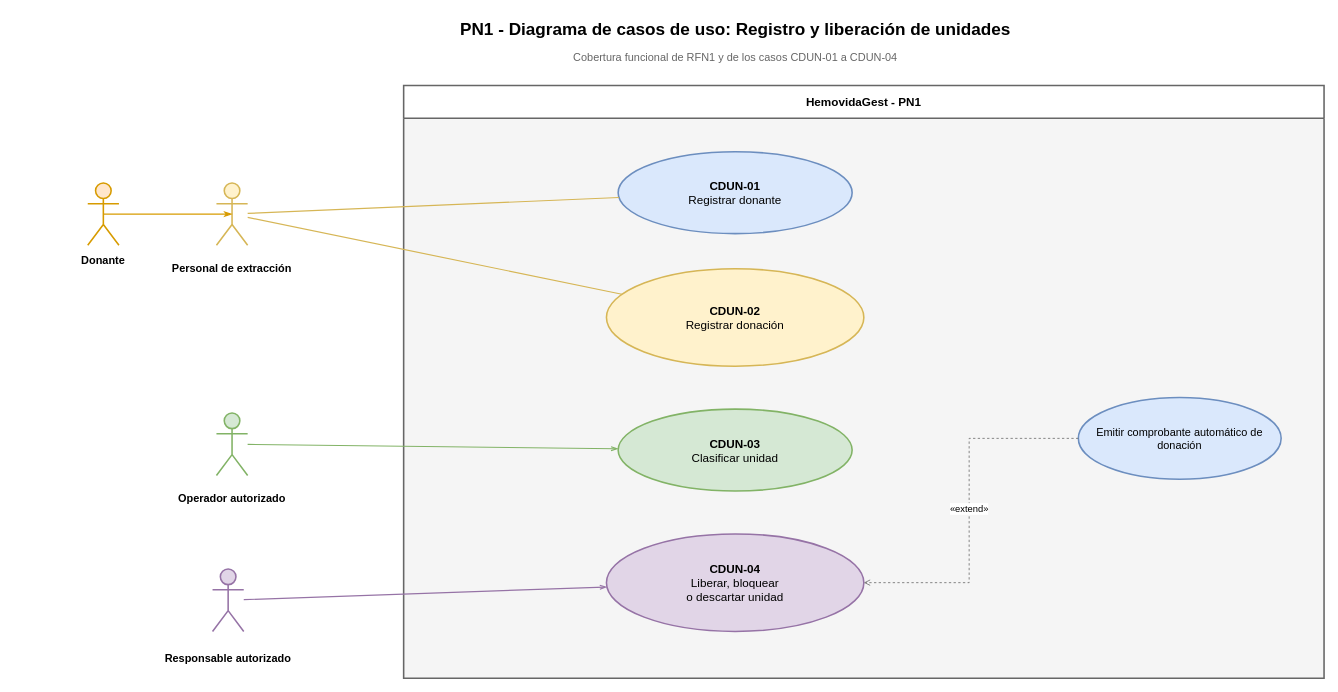
This is Diagramas/Secuencia de Roles/PN1_DiagramaCasosDeUso.drawio from juanNH/Ingenieria-de-Software, a draw.io file, before an edit. Source tidied: cells renumbered, new cells numbered last; positions are measured from the earlier drawing's top-left corner, leaving out a move shared by most shapes. Both pictures are drawn from the tidied source at 78%, with x=0, y=0 at pixel (13, 13).
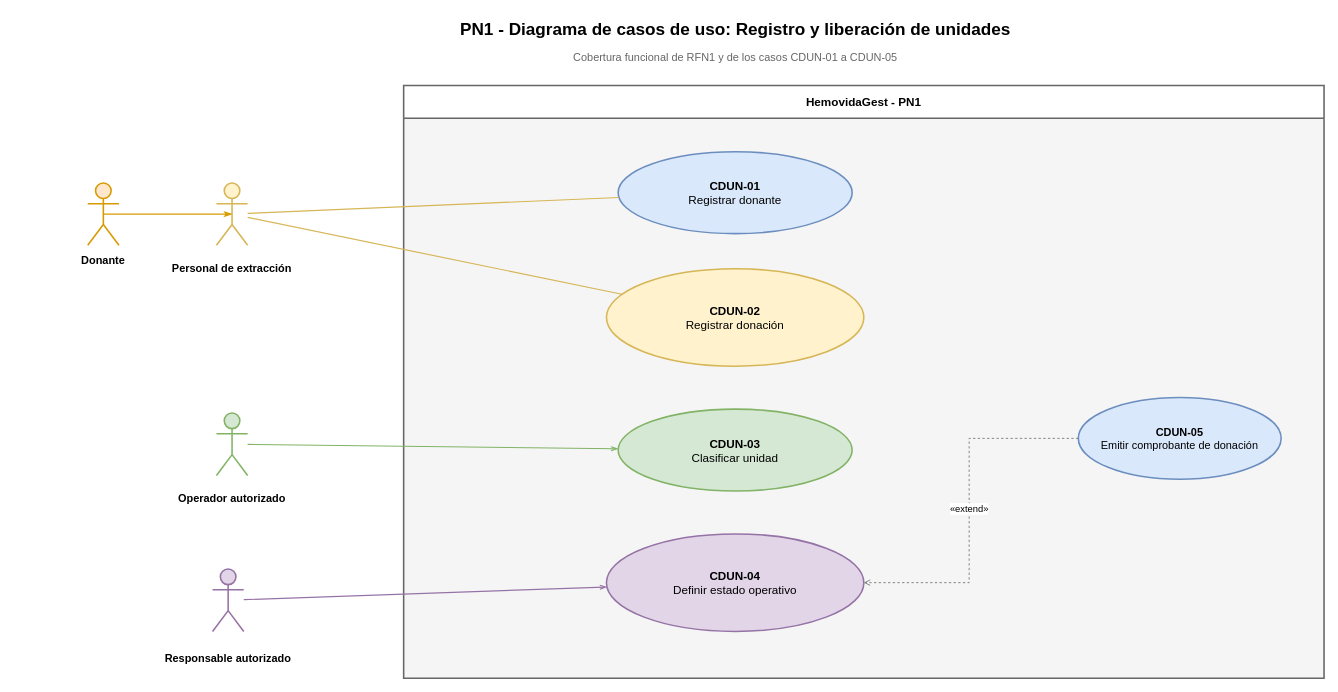
After the change.

The edit, as a diff of the source:
```diff
@@
-    <mxCell id="3" value="Cobertura funcional de RFN1 y de los casos CDUN-01 a CDUN-04" style="text;html=1;strokeColor=none;fillColor=none;fontSize=14;align=center;verticalAlign=middle;fontColor=#666666;fontFamily=Arial;" parent="1" vertex="1">
+    <mxCell id="3" value="Cobertura funcional de RFN1 y de los casos CDUN-01 a CDUN-05" style="text;html=1;strokeColor=none;fillColor=none;fontSize=14;align=center;verticalAlign=middle;fontColor=#666666;fontFamily=Arial;" parent="1" vertex="1">
       <mxGeometry x="475" y="42" width="900" height="28" as="geometry" />
     </mxCell>
@@
-    <mxCell id="8" value="&lt;b&gt;CDUN-04&lt;/b&gt;&lt;br&gt;Liberar, bloquear&lt;br&gt;o descartar unidad" style="ellipse;whiteSpace=wrap;html=1;fillColor=#e1d5e7;strokeColor=#9673a6;strokeWidth=2;fontSize=15;fontFamily=Arial;align=center;verticalAlign=middle;" parent="1" vertex="1">
+    <mxCell id="8" value="&lt;b&gt;CDUN-04&lt;/b&gt;&lt;br&gt;Definir estado operativo" style="ellipse;whiteSpace=wrap;html=1;fillColor=#e1d5e7;strokeColor=#9673a6;strokeWidth=2;fontSize=15;fontFamily=Arial;align=center;verticalAlign=middle;" parent="1" vertex="1">
       <mxGeometry x="760" y="667" width="330" height="125" as="geometry" />
     </mxCell>
@@
-    <mxCell id="22" value="Emitir comprobante automático de donación" style="ellipse;whiteSpace=wrap;html=1;fillColor=#dae8fc;strokeColor=#6c8ebf;strokeWidth=2;fontSize=14;" parent="1" vertex="1">
+    <mxCell id="22" value="&lt;b&gt;CDUN-05&lt;/b&gt;&lt;br&gt;Emitir comprobante de donación" style="ellipse;whiteSpace=wrap;html=1;fillColor=#dae8fc;strokeColor=#6c8ebf;strokeWidth=2;fontSize=14;" parent="1" vertex="1">
       <mxGeometry x="1365" y="492" width="260" height="105" as="geometry" />
     </mxCell>
```
